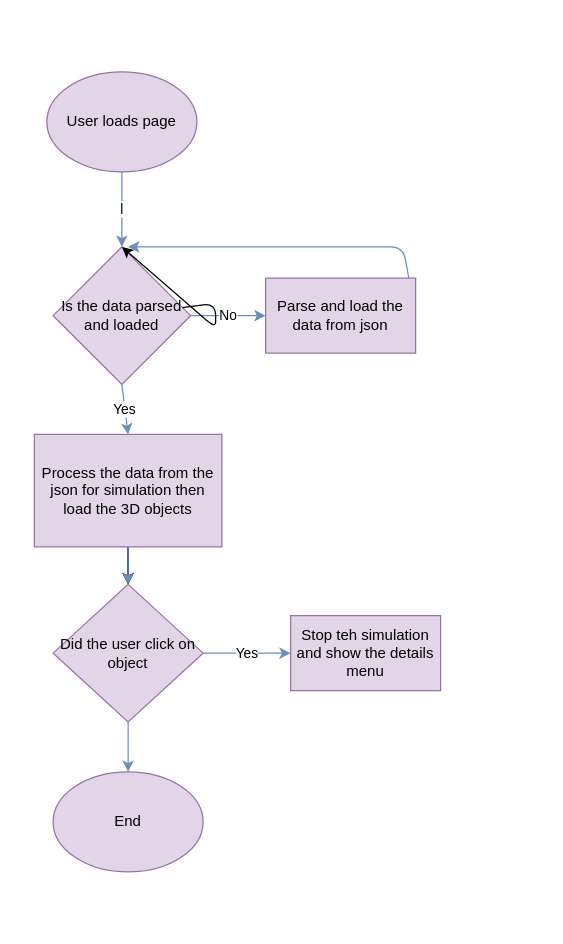
IoanaComaniciu00/Solar-System-Simulation-Website keeps this draw.io diagram as SolarSystem.drawio. Above is the earlier version. Source tidied: cells renumbered, new cells numbered last; positions are measured from the earlier drawing's top-left corner, leaving out a move shared by most shapes. Both pictures are drawn from the tidied source at 125%, with x=0, y=0 at pixel (34, 71).
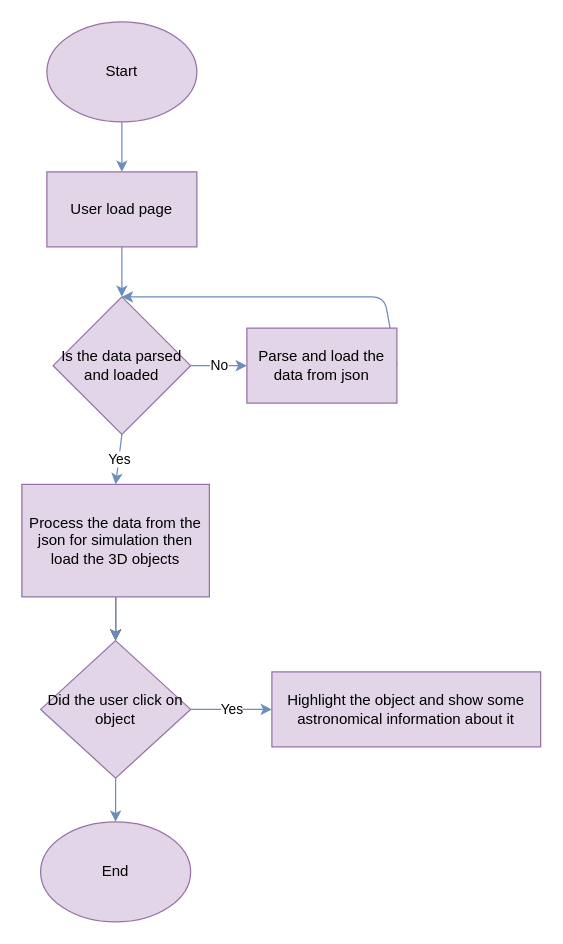
Above is the later version.

Change to the diagram source:
```diff
@@
-    <mxCell id="2" value="l" style="edgeStyle=none;html=1;exitX=0.5;exitY=1;exitDx=0;exitDy=0;fillColor=#dae8fc;strokeColor=#6c8ebf;entryX=0.5;entryY=0;entryDx=0;entryDy=0;" parent="1" edge="1" source="3" target="7">
-      <mxGeometry relative="1" as="geometry" />
-    </mxCell>
+    <mxCell id="22" style="edgeStyle=none;html=1;exitX=0.5;exitY=1;exitDx=0;exitDy=0;entryX=0.5;entryY=0;entryDx=0;entryDy=0;fillColor=#dae8fc;strokeColor=#6c8ebf;" parent="1" edge="1" source="3" target="24">
+      <mxGeometry relative="1" as="geometry" />
+    </mxCell>
-    <mxCell id="3" value="User loads page" style="ellipse;whiteSpace=wrap;html=1;fillColor=#e1d5e7;strokeColor=#9673a6;" parent="1" vertex="1">
-      <mxGeometry x="10" width="120" height="80" as="geometry" />
+    <mxCell id="3" value="Start" style="ellipse;whiteSpace=wrap;html=1;fillColor=#e1d5e7;strokeColor=#9673a6;" parent="1" vertex="1">
+      <mxGeometry x="10" y="-40" width="120" height="80" as="geometry" />
     </mxCell>
-    <mxCell id="4" style="endArrow=classic;html=1;" parent="1" edge="1">
-      <mxGeometry relative="1" as="geometry">
-        <mxPoint x="85" y="340" as="sourcePoint" />
-        <mxPoint x="135" y="290" as="targetPoint" />
-      </mxGeometry>
-    </mxCell>
@@
     <mxCell id="7" value="Is the data parsed and loaded" style="rhombus;whiteSpace=wrap;html=1;fillColor=#e1d5e7;strokeColor=#9673a6;" parent="1" vertex="1">
-      <mxGeometry x="15" y="140" width="110" height="110" as="geometry" />
+      <mxGeometry x="15" y="180" width="110" height="110" as="geometry" />
     </mxCell>
-    <mxCell id="8" style="edgeStyle=none;html=1;entryX=0.5;entryY=0;entryDx=0;entryDy=0;" parent="1" edge="1" source="7" target="7">
-      <mxGeometry relative="1" as="geometry" />
-    </mxCell>
-    <mxCell id="9" style="endArrow=classic;html=1;" parent="1" edge="1" source="15">
-      <mxGeometry relative="1" as="geometry">
-        <mxPoint x="135" y="290" as="targetPoint" />
-      </mxGeometry>
-    </mxCell>
-    <mxCell id="10" style="edgeStyle=none;html=1;entryX=0.5;entryY=0;entryDx=0;entryDy=0;fillColor=#dae8fc;strokeColor=#6c8ebf;exitX=1;exitY=0.5;exitDx=0;exitDy=0;" parent="1" edge="1" source="11">
+    <mxCell id="10" style="edgeStyle=none;html=1;entryX=0.5;entryY=0;entryDx=0;entryDy=0;fillColor=#dae8fc;strokeColor=#6c8ebf;exitX=1;exitY=0.5;exitDx=0;exitDy=0;" parent="1" edge="1" source="11" target="7">
       <mxGeometry relative="1" as="geometry">
-        <mxPoint x="75" y="140" as="targetPoint" />
         <Array as="points">
-          <mxPoint x="295" y="140" />
+          <mxPoint x="280" y="180" />
         </Array>
       </mxGeometry>
     </mxCell>
     <mxCell id="11" value="Parse and load the data from json" style="rounded=0;whiteSpace=wrap;html=1;fillColor=#e1d5e7;strokeColor=#9673a6;" parent="1" vertex="1">
-      <mxGeometry x="185" y="165" width="120" height="60" as="geometry" />
+      <mxGeometry x="170" y="205" width="120" height="60" as="geometry" />
     </mxCell>
-    <mxCell id="12" style="endArrow=classic;html=1;" parent="1" edge="1" target="15">
-      <mxGeometry relative="1" as="geometry">
-        <mxPoint x="85" y="340" as="sourcePoint" />
-      </mxGeometry>
-    </mxCell>
@@
-    <mxCell id="14" style="edgeStyle=none;html=1;exitX=0.5;exitY=1;exitDx=0;exitDy=0;entryX=0.5;entryY=0;entryDx=0;entryDy=0;" parent="1" edge="1" source="15" target="19">
-      <mxGeometry relative="1" as="geometry" />
-    </mxCell>
     <mxCell id="15" value="Process the data from the json for simulation then load the 3D objects" style="rounded=0;whiteSpace=wrap;html=1;fillColor=#e1d5e7;strokeColor=#9673a6;" parent="1" vertex="1">
-      <mxGeometry y="290" width="150" height="90" as="geometry" />
+      <mxGeometry x="-10" y="330" width="150" height="90" as="geometry" />
     </mxCell>
@@
     <mxCell id="19" value="Did the user click on object" style="rhombus;whiteSpace=wrap;html=1;fillColor=#e1d5e7;strokeColor=#9673a6;rounded=0;" parent="1" vertex="1">
-      <mxGeometry x="15" y="410" width="120" height="110" as="geometry" />
+      <mxGeometry x="5" y="455" width="120" height="110" as="geometry" />
     </mxCell>
-    <mxCell id="20" value="Stop teh simulation and show the details menu" style="rounded=0;whiteSpace=wrap;html=1;fillColor=#e1d5e7;strokeColor=#9673a6;" parent="1" vertex="1">
-      <mxGeometry x="205" y="435" width="120" height="60" as="geometry" />
+    <mxCell id="20" value="Highlight the object and show some astronomical information about it" style="rounded=0;whiteSpace=wrap;html=1;fillColor=#e1d5e7;strokeColor=#9673a6;" parent="1" vertex="1">
+      <mxGeometry x="190" y="480" width="215" height="60" as="geometry" />
     </mxCell>
     <mxCell id="21" value="End" style="ellipse;whiteSpace=wrap;html=1;fillColor=#e1d5e7;strokeColor=#9673a6;" parent="1" vertex="1">
-      <mxGeometry x="15" y="560" width="120" height="80" as="geometry" />
+      <mxGeometry x="5" y="600" width="120" height="80" as="geometry" />
     </mxCell>
+    <mxCell id="23" style="edgeStyle=none;html=1;exitX=0.5;exitY=1;exitDx=0;exitDy=0;entryX=0.5;entryY=0;entryDx=0;entryDy=0;fillColor=#dae8fc;strokeColor=#6c8ebf;" parent="1" edge="1" source="24" target="7">
+      <mxGeometry relative="1" as="geometry" />
+    </mxCell>
+    <mxCell id="24" value="User load page" style="rounded=0;whiteSpace=wrap;html=1;fillColor=#e1d5e7;strokeColor=#9673a6;" parent="1" vertex="1">
+      <mxGeometry x="10" y="80" width="120" height="60" as="geometry" />
+    </mxCell>
```
